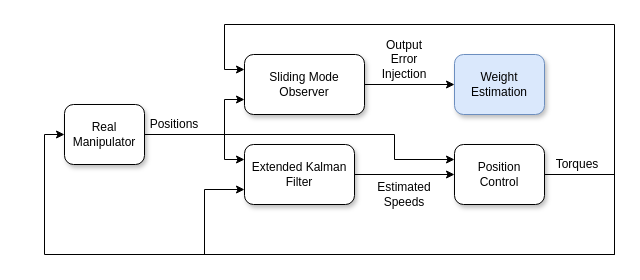
Earlier version of the draw.io diagram ArticleConference/Figures/full_system.drawio (mnegretev/MathWorks2020). Source tidied: cells renumbered, new cells numbered last; positions are measured from the earlier drawing's top-left corner, leaving out a move shared by most shapes. Both pictures are drawn from the tidied source at 100%, with x=0, y=0 at pixel (44, 24).
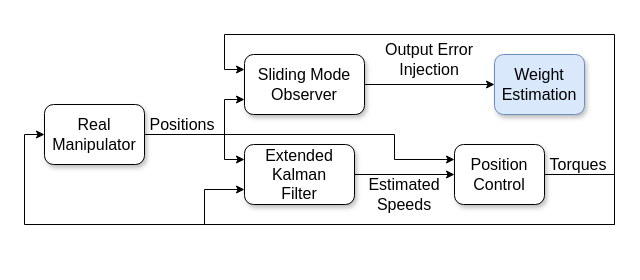
The same diagram, later.

The edit, as a diff of the source:
```diff
@@
-    <mxCell id="5" value="&lt;div&gt;Real &lt;br&gt;&lt;/div&gt;&lt;div&gt;Manipulator&lt;br&gt;&lt;/div&gt;" style="rounded=1;whiteSpace=wrap;html=1;glass=0;shadow=1;" parent="1" vertex="1">
-      <mxGeometry x="20" y="80" width="80" height="60" as="geometry" />
+    <mxCell id="5" value="&lt;div style=&quot;font-size: 16px;&quot;&gt;Real &lt;br style=&quot;font-size: 16px;&quot;&gt;&lt;/div&gt;&lt;div style=&quot;font-size: 16px;&quot;&gt;Manipulator&lt;br style=&quot;font-size: 16px;&quot;&gt;&lt;/div&gt;" style="rounded=1;whiteSpace=wrap;html=1;glass=0;shadow=1;fontSize=16;" parent="1" vertex="1">
+      <mxGeometry y="80" width="100" height="60" as="geometry" />
     </mxCell>
@@
-    <mxCell id="7" value="&lt;div&gt;Sliding Mode&lt;/div&gt;&lt;div&gt;Observer&lt;br&gt;&lt;/div&gt;" style="rounded=1;whiteSpace=wrap;html=1;glass=0;shadow=1;" parent="1" vertex="1">
+    <mxCell id="7" value="&lt;div style=&quot;font-size: 16px;&quot;&gt;Sliding Mode&lt;/div&gt;&lt;div style=&quot;font-size: 16px;&quot;&gt;Observer&lt;br style=&quot;font-size: 16px;&quot;&gt;&lt;/div&gt;" style="rounded=1;whiteSpace=wrap;html=1;glass=0;shadow=1;fontSize=16;" parent="1" vertex="1">
       <mxGeometry x="200" y="30" width="120" height="60" as="geometry" />
     </mxCell>
-    <mxCell id="8" value="&lt;div&gt;Weight &lt;br&gt;&lt;/div&gt;&lt;div&gt;Estimation&lt;br&gt;&lt;/div&gt;" style="rounded=1;whiteSpace=wrap;html=1;fillColor=#dae8fc;strokeColor=#6c8ebf;glass=0;shadow=1;" parent="1" vertex="1">
-      <mxGeometry x="410" y="30" width="90" height="60" as="geometry" />
+    <mxCell id="8" value="&lt;div style=&quot;font-size: 16px;&quot;&gt;Weight &lt;br style=&quot;font-size: 16px;&quot;&gt;&lt;/div&gt;&lt;div style=&quot;font-size: 16px;&quot;&gt;Estimation&lt;br style=&quot;font-size: 16px;&quot;&gt;&lt;/div&gt;" style="rounded=1;whiteSpace=wrap;html=1;fillColor=#dae8fc;strokeColor=#6c8ebf;glass=0;shadow=1;fontSize=16;" parent="1" vertex="1">
+      <mxGeometry x="450" y="30" width="90" height="60" as="geometry" />
     </mxCell>
@@
-    <mxCell id="10" value="&lt;div&gt;Extended Kalman &lt;br&gt;&lt;/div&gt;&lt;div&gt;Filter&lt;br&gt;&lt;/div&gt;" style="rounded=1;whiteSpace=wrap;html=1;glass=0;shadow=1;" parent="1" vertex="1">
+    <mxCell id="10" value="&lt;div style=&quot;font-size: 16px;&quot;&gt;Extended Kalman &lt;br style=&quot;font-size: 16px;&quot;&gt;&lt;/div&gt;&lt;div style=&quot;font-size: 16px;&quot;&gt;Filter&lt;br style=&quot;font-size: 16px;&quot;&gt;&lt;/div&gt;" style="rounded=1;whiteSpace=wrap;html=1;glass=0;shadow=1;fontSize=16;" parent="1" vertex="1">
       <mxGeometry x="200" y="120" width="110" height="60" as="geometry" />
     </mxCell>
     <mxCell id="11" style="edgeStyle=orthogonalEdgeStyle;rounded=0;jettySize=auto;html=1;entryX=0;entryY=0.5;entryDx=0;entryDy=0;" parent="1" edge="1" source="14" target="5">
       <mxGeometry relative="1" as="geometry">
         <Array as="points">
           <mxPoint x="570" y="150" />
-          <mxPoint x="570" y="230" />
-          <mxPoint y="230" />
-          <mxPoint y="110" />
+          <mxPoint x="570" y="200" />
+          <mxPoint x="-20" y="200" />
+          <mxPoint x="-20" y="110" />
         </Array>
       </mxGeometry>
     </mxCell>
     <mxCell id="12" style="edgeStyle=orthogonalEdgeStyle;rounded=0;jettySize=auto;html=1;exitX=1;exitY=0.5;exitDx=0;exitDy=0;entryX=0;entryY=0.75;entryDx=0;entryDy=0;" parent="1" edge="1" source="14" target="10">
       <mxGeometry relative="1" as="geometry">
         <Array as="points">
           <mxPoint x="570" y="150" />
-          <mxPoint x="570" y="230" />
-          <mxPoint x="160" y="230" />
+          <mxPoint x="570" y="200" />
+          <mxPoint x="160" y="200" />
           <mxPoint x="160" y="165" />
         </Array>
       </mxGeometry>
     </mxCell>
     <mxCell id="13" style="edgeStyle=orthogonalEdgeStyle;rounded=0;jettySize=auto;html=1;exitX=1;exitY=0.5;exitDx=0;exitDy=0;entryX=0;entryY=0.25;entryDx=0;entryDy=0;" parent="1" edge="1" source="14" target="7">
       <mxGeometry relative="1" as="geometry">
         <Array as="points">
           <mxPoint x="570" y="150" />
-          <mxPoint x="570" />
-          <mxPoint x="180" />
+          <mxPoint x="570" y="10" />
+          <mxPoint x="180" y="10" />
           <mxPoint x="180" y="45" />
         </Array>
       </mxGeometry>
     </mxCell>
-    <mxCell id="14" value="&lt;div&gt;Position &lt;br&gt;&lt;/div&gt;&lt;div&gt;Control&lt;br&gt;&lt;/div&gt;" style="rounded=1;whiteSpace=wrap;html=1;glass=0;shadow=1;" parent="1" vertex="1">
+    <mxCell id="14" value="&lt;div style=&quot;font-size: 16px;&quot;&gt;Position &lt;br style=&quot;font-size: 16px;&quot;&gt;&lt;/div&gt;&lt;div style=&quot;font-size: 16px;&quot;&gt;Control&lt;br style=&quot;font-size: 16px;&quot;&gt;&lt;/div&gt;" style="rounded=1;whiteSpace=wrap;html=1;glass=0;shadow=1;fontSize=16;" parent="1" vertex="1">
       <mxGeometry x="410" y="120" width="90" height="60" as="geometry" />
     </mxCell>
-    <mxCell id="15" value="Torques" style="text;html=1;strokeColor=none;fillColor=none;align=center;verticalAlign=middle;whiteSpace=wrap;rounded=0;" parent="1" vertex="1">
-      <mxGeometry x="513" y="130" width="40" height="20" as="geometry" />
+    <mxCell id="15" value="Torques" style="text;html=1;strokeColor=none;fillColor=none;align=center;verticalAlign=middle;whiteSpace=wrap;rounded=0;fontSize=16;" parent="1" vertex="1">
+      <mxGeometry x="514" y="130" width="40" height="20" as="geometry" />
     </mxCell>
-    <mxCell id="16" value="Positions" style="text;html=1;strokeColor=none;fillColor=none;align=center;verticalAlign=middle;whiteSpace=wrap;rounded=0;" parent="1" vertex="1">
-      <mxGeometry x="110" y="90" width="40" height="20" as="geometry" />
+    <mxCell id="16" value="Positions" style="text;html=1;strokeColor=none;fillColor=none;align=center;verticalAlign=middle;whiteSpace=wrap;rounded=0;fontSize=16;" parent="1" vertex="1">
+      <mxGeometry x="118" y="90" width="40" height="20" as="geometry" />
     </mxCell>
-    <mxCell id="17" value="&lt;div&gt;Estimated&lt;/div&gt;&lt;div&gt;Speeds&lt;br&gt;&lt;/div&gt;" style="text;html=1;strokeColor=none;fillColor=none;align=center;verticalAlign=middle;whiteSpace=wrap;rounded=0;" parent="1" vertex="1">
+    <mxCell id="17" value="&lt;div style=&quot;font-size: 16px;&quot;&gt;Estimated&lt;/div&gt;&lt;div style=&quot;font-size: 16px;&quot;&gt;Speeds&lt;br style=&quot;font-size: 16px;&quot;&gt;&lt;/div&gt;" style="text;html=1;strokeColor=none;fillColor=none;align=center;verticalAlign=middle;whiteSpace=wrap;rounded=0;fontSize=16;" parent="1" vertex="1">
       <mxGeometry x="340" y="160" width="40" height="20" as="geometry" />
     </mxCell>
-    <mxCell id="18" value="&lt;div&gt;Output Error&lt;/div&gt;&lt;div&gt;Injection&lt;br&gt;&lt;/div&gt;" style="text;html=1;strokeColor=none;fillColor=none;align=center;verticalAlign=middle;whiteSpace=wrap;rounded=0;" parent="1" vertex="1">
-      <mxGeometry x="340" y="20" width="40" height="30" as="geometry" />
+    <mxCell id="18" value="&lt;div style=&quot;font-size: 16px;&quot;&gt;Output Error&lt;/div&gt;&lt;div style=&quot;font-size: 16px;&quot;&gt;Injection&lt;br style=&quot;font-size: 16px;&quot;&gt;&lt;/div&gt;" style="text;html=1;strokeColor=none;fillColor=none;align=center;verticalAlign=middle;whiteSpace=wrap;rounded=0;fontSize=16;" parent="1" vertex="1">
+      <mxGeometry x="330" y="20" width="110" height="30" as="geometry" />
     </mxCell>
```
